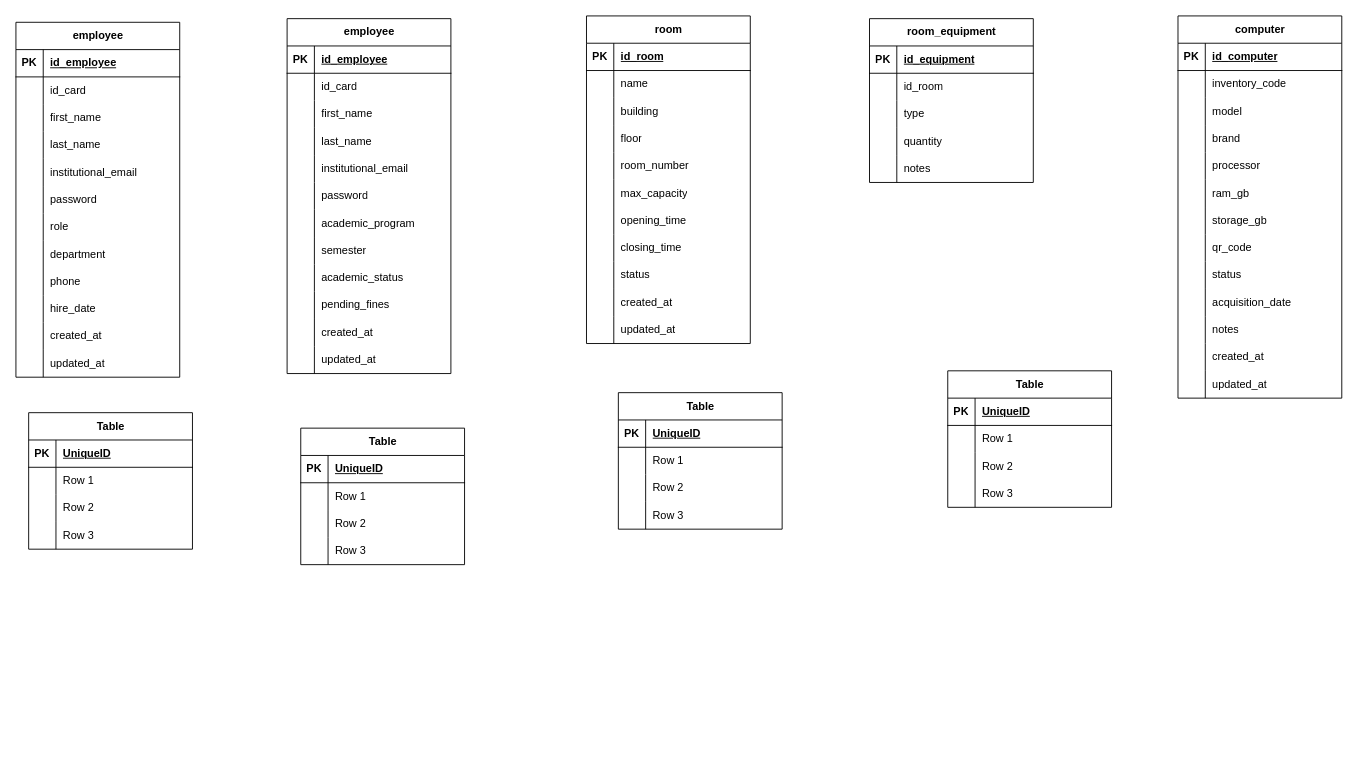
Before: back-end/docs/diagrams/DERCampusLend.drawio in Breynersmartinez/CampusLend, a draw.io diagram. Source tidied: cells renumbered, new cells numbered last; positions are measured from the earlier drawing's top-left corner, leaving out a move shared by most shapes. Both pictures are drawn from the tidied source at 91%, with x=0, y=0 at pixel (15, 15).
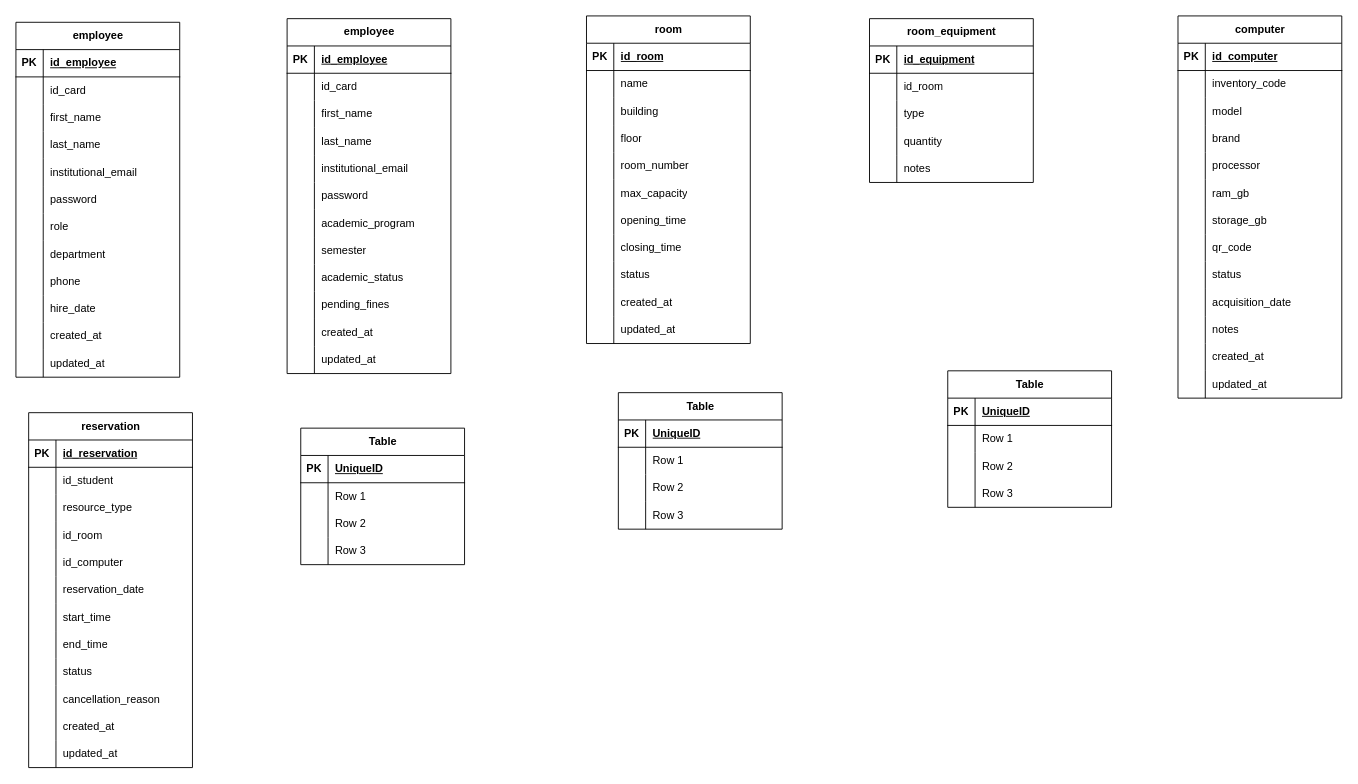
Above is the later version.

Unchanged cells that the change refers to:
```xml
<mxCell id="130" style="shape=tableRow;horizontal=0;startSize=0;swimlaneHead=0;swimlaneBody=0;fillColor=none;top=0;left=0;right=0;bottom=1;" parent="129" vertex="1">
  <mxGeometry y="30" width="180" height="30" as="geometry" />
</mxCell>
<mxCell id="133" style="shape=tableRow;horizontal=0;startSize=0;swimlaneHead=0;swimlaneBody=0;fillColor=none;top=0;left=0;right=0;bottom=0;" parent="129" vertex="1">
  <mxGeometry y="60" width="180" height="30" as="geometry" />
</mxCell>
<mxCell id="136" style="shape=tableRow;horizontal=0;startSize=0;swimlaneHead=0;swimlaneBody=0;fillColor=none;top=0;left=0;right=0;bottom=0;" parent="129" vertex="1">
  <mxGeometry y="90" width="180" height="30" as="geometry" />
</mxCell>
<mxCell id="139" style="shape=tableRow;horizontal=0;startSize=0;swimlaneHead=0;swimlaneBody=0;fillColor=none;top=0;left=0;right=0;bottom=0;" parent="129" vertex="1">
  <mxGeometry y="120" width="180" height="30" as="geometry" />
</mxCell>
```

What changed in the source:
```diff
@@
-    <mxCell id="129" value="Table" style="shape=table;startSize=30;childLayout=tableLayout;rowLines=0;fontStyle=1;align=center;html=1;" parent="1" vertex="1">
-      <mxGeometry x="14" y="436" width="180" height="150" as="geometry" />
+    <mxCell id="129" value="reservation" style="shape=table;startSize=30;childLayout=tableLayout;rowLines=0;fontStyle=1;align=center;html=1;" parent="1" vertex="1">
+      <mxGeometry x="14" y="436" width="180" height="390" as="geometry" />
     </mxCell>
@@
-    <mxCell id="132" value="UniqueID" style="shape=partialRectangle;fillColor=none;top=0;left=0;bottom=0;right=0;align=left;spacingLeft=6;fontStyle=5;overflow=hidden;whiteSpace=wrap;html=1;" parent="130" vertex="1">
+    <mxCell id="132" value="id_reservation" style="shape=partialRectangle;fillColor=none;top=0;left=0;bottom=0;right=0;align=left;spacingLeft=6;fontStyle=5;overflow=hidden;whiteSpace=wrap;html=1;" parent="130" vertex="1">
       <mxGeometry x="30" width="150" height="30" as="geometry" />
     </mxCell>
@@
-    <mxCell id="135" value="Row 1" style="shape=partialRectangle;fillColor=none;top=0;left=0;bottom=0;right=0;align=left;spacingLeft=6;overflow=hidden;whiteSpace=wrap;html=1;" parent="133" vertex="1">
+    <mxCell id="135" value="id_student" style="shape=partialRectangle;fillColor=none;top=0;left=0;bottom=0;right=0;align=left;spacingLeft=6;overflow=hidden;whiteSpace=wrap;html=1;" parent="133" vertex="1">
       <mxGeometry x="30" width="150" height="30" as="geometry" />
     </mxCell>
@@
-    <mxCell id="138" value="Row 2" style="shape=partialRectangle;fillColor=none;top=0;left=0;bottom=0;right=0;align=left;spacingLeft=6;overflow=hidden;whiteSpace=wrap;html=1;" parent="136" vertex="1">
+    <mxCell id="138" value="resource_type" style="shape=partialRectangle;fillColor=none;top=0;left=0;bottom=0;right=0;align=left;spacingLeft=6;overflow=hidden;whiteSpace=wrap;html=1;" parent="136" vertex="1">
       <mxGeometry x="30" width="150" height="30" as="geometry" />
     </mxCell>
@@
-    <mxCell id="141" value="Row 3" style="shape=partialRectangle;fillColor=none;top=0;left=0;bottom=0;right=0;align=left;spacingLeft=6;overflow=hidden;whiteSpace=wrap;html=1;" parent="139" vertex="1">
+    <mxCell id="141" value="id_room" style="shape=partialRectangle;fillColor=none;top=0;left=0;bottom=0;right=0;align=left;spacingLeft=6;overflow=hidden;whiteSpace=wrap;html=1;" parent="139" vertex="1">
       <mxGeometry x="30" width="150" height="30" as="geometry" />
     </mxCell>
+    <mxCell id="218" style="shape=tableRow;horizontal=0;startSize=0;swimlaneHead=0;swimlaneBody=0;fillColor=none;top=0;left=0;right=0;bottom=0;" parent="129" vertex="1">
+      <mxGeometry y="150" width="180" height="30" as="geometry" />
+    </mxCell>
+    <mxCell id="219" style="shape=partialRectangle;fillColor=none;top=0;left=0;bottom=0;right=0;overflow=hidden;whiteSpace=wrap;html=1;" parent="218" vertex="1">
+      <mxGeometry width="30" height="30" as="geometry" />
+    </mxCell>
+    <mxCell id="220" value="id_computer" style="shape=partialRectangle;fillColor=none;top=0;left=0;bottom=0;right=0;align=left;spacingLeft=6;overflow=hidden;whiteSpace=wrap;html=1;" parent="218" vertex="1">
+      <mxGeometry x="30" width="150" height="30" as="geometry" />
+    </mxCell>
+    <mxCell id="221" style="shape=tableRow;horizontal=0;startSize=0;swimlaneHead=0;swimlaneBody=0;fillColor=none;top=0;left=0;right=0;bottom=0;" parent="129" vertex="1">
+      <mxGeometry y="180" width="180" height="30" as="geometry" />
+    </mxCell>
+    <mxCell id="222" style="shape=partialRectangle;fillColor=none;top=0;left=0;bottom=0;right=0;overflow=hidden;whiteSpace=wrap;html=1;" parent="221" vertex="1">
+      <mxGeometry width="30" height="30" as="geometry" />
+    </mxCell>
+    <mxCell id="223" value="reservation_date" style="shape=partialRectangle;fillColor=none;top=0;left=0;bottom=0;right=0;align=left;spacingLeft=6;overflow=hidden;whiteSpace=wrap;html=1;" parent="221" vertex="1">
+      <mxGeometry x="30" width="150" height="30" as="geometry" />
+    </mxCell>
+    <mxCell id="224" style="shape=tableRow;horizontal=0;startSize=0;swimlaneHead=0;swimlaneBody=0;fillColor=none;top=0;left=0;right=0;bottom=0;" parent="129" vertex="1">
+      <mxGeometry y="210" width="180" height="30" as="geometry" />
+    </mxCell>
+    <mxCell id="225" style="shape=partialRectangle;fillColor=none;top=0;left=0;bottom=0;right=0;overflow=hidden;whiteSpace=wrap;html=1;" parent="224" vertex="1">
+      <mxGeometry width="30" height="30" as="geometry" />
+    </mxCell>
+    <mxCell id="226" value="start_time" style="shape=partialRectangle;fillColor=none;top=0;left=0;bottom=0;right=0;align=left;spacingLeft=6;overflow=hidden;whiteSpace=wrap;html=1;" parent="224" vertex="1">
+      <mxGeometry x="30" width="150" height="30" as="geometry" />
+    </mxCell>
+    <mxCell id="227" style="shape=tableRow;horizontal=0;startSize=0;swimlaneHead=0;swimlaneBody=0;fillColor=none;top=0;left=0;right=0;bottom=0;" parent="129" vertex="1">
+      <mxGeometry y="240" width="180" height="30" as="geometry" />
+    </mxCell>
+    <mxCell id="228" style="shape=partialRectangle;fillColor=none;top=0;left=0;bottom=0;right=0;overflow=hidden;whiteSpace=wrap;html=1;" parent="227" vertex="1">
+      <mxGeometry width="30" height="30" as="geometry" />
+    </mxCell>
+    <mxCell id="229" value="end_time" style="shape=partialRectangle;fillColor=none;top=0;left=0;bottom=0;right=0;align=left;spacingLeft=6;overflow=hidden;whiteSpace=wrap;html=1;" parent="227" vertex="1">
+      <mxGeometry x="30" width="150" height="30" as="geometry" />
+    </mxCell>
+    <mxCell id="230" style="shape=tableRow;horizontal=0;startSize=0;swimlaneHead=0;swimlaneBody=0;fillColor=none;top=0;left=0;right=0;bottom=0;" parent="129" vertex="1">
+      <mxGeometry y="270" width="180" height="30" as="geometry" />
+    </mxCell>
+    <mxCell id="231" style="shape=partialRectangle;fillColor=none;top=0;left=0;bottom=0;right=0;overflow=hidden;whiteSpace=wrap;html=1;" parent="230" vertex="1">
+      <mxGeometry width="30" height="30" as="geometry" />
+    </mxCell>
+    <mxCell id="232" value="status" style="shape=partialRectangle;fillColor=none;top=0;left=0;bottom=0;right=0;align=left;spacingLeft=6;overflow=hidden;whiteSpace=wrap;html=1;" parent="230" vertex="1">
+      <mxGeometry x="30" width="150" height="30" as="geometry" />
+    </mxCell>
+    <mxCell id="233" style="shape=tableRow;horizontal=0;startSize=0;swimlaneHead=0;swimlaneBody=0;fillColor=none;top=0;left=0;right=0;bottom=0;" parent="129" vertex="1">
+      <mxGeometry y="300" width="180" height="30" as="geometry" />
+    </mxCell>
+    <mxCell id="234" style="shape=partialRectangle;fillColor=none;top=0;left=0;bottom=0;right=0;overflow=hidden;whiteSpace=wrap;html=1;" parent="233" vertex="1">
+      <mxGeometry width="30" height="30" as="geometry" />
+    </mxCell>
+    <mxCell id="235" value="cancellation_reason" style="shape=partialRectangle;fillColor=none;top=0;left=0;bottom=0;right=0;align=left;spacingLeft=6;overflow=hidden;whiteSpace=wrap;html=1;" parent="233" vertex="1">
+      <mxGeometry x="30" width="150" height="30" as="geometry" />
+    </mxCell>
+    <mxCell id="236" style="shape=tableRow;horizontal=0;startSize=0;swimlaneHead=0;swimlaneBody=0;fillColor=none;top=0;left=0;right=0;bottom=0;" parent="129" vertex="1">
+      <mxGeometry y="330" width="180" height="30" as="geometry" />
+    </mxCell>
+    <mxCell id="237" style="shape=partialRectangle;fillColor=none;top=0;left=0;bottom=0;right=0;overflow=hidden;whiteSpace=wrap;html=1;" parent="236" vertex="1">
+      <mxGeometry width="30" height="30" as="geometry" />
+    </mxCell>
+    <mxCell id="238" value="created_at" style="shape=partialRectangle;fillColor=none;top=0;left=0;bottom=0;right=0;align=left;spacingLeft=6;overflow=hidden;whiteSpace=wrap;html=1;" parent="236" vertex="1">
+      <mxGeometry x="30" width="150" height="30" as="geometry" />
+    </mxCell>
+    <mxCell id="239" style="shape=tableRow;horizontal=0;startSize=0;swimlaneHead=0;swimlaneBody=0;fillColor=none;top=0;left=0;right=0;bottom=0;" parent="129" vertex="1">
+      <mxGeometry y="360" width="180" height="30" as="geometry" />
+    </mxCell>
+    <mxCell id="240" style="shape=partialRectangle;fillColor=none;top=0;left=0;bottom=0;right=0;overflow=hidden;whiteSpace=wrap;html=1;" parent="239" vertex="1">
+      <mxGeometry width="30" height="30" as="geometry" />
+    </mxCell>
+    <mxCell id="241" value="updated_at" style="shape=partialRectangle;fillColor=none;top=0;left=0;bottom=0;right=0;align=left;spacingLeft=6;overflow=hidden;whiteSpace=wrap;html=1;" parent="239" vertex="1">
+      <mxGeometry x="30" width="150" height="30" as="geometry" />
+    </mxCell>
```
